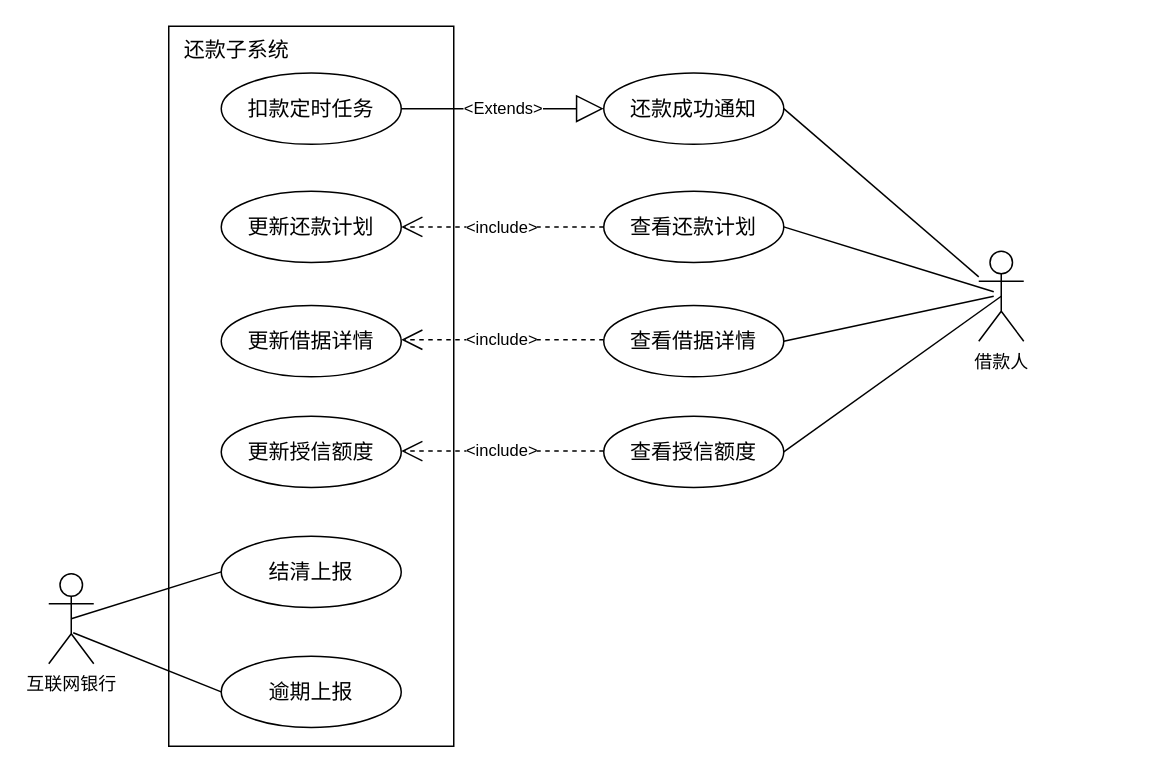
Above: 还款处理.drawio in wuxiao-web/graduationThesis (draw.io), before the change. Source tidied: cells renumbered, new cells numbered last; positions are measured from the earlier drawing's top-left corner, leaving out a move shared by most shapes. Both pictures are drawn from the tidied source at 150%, with x=0, y=0 at pixel (48, 26).
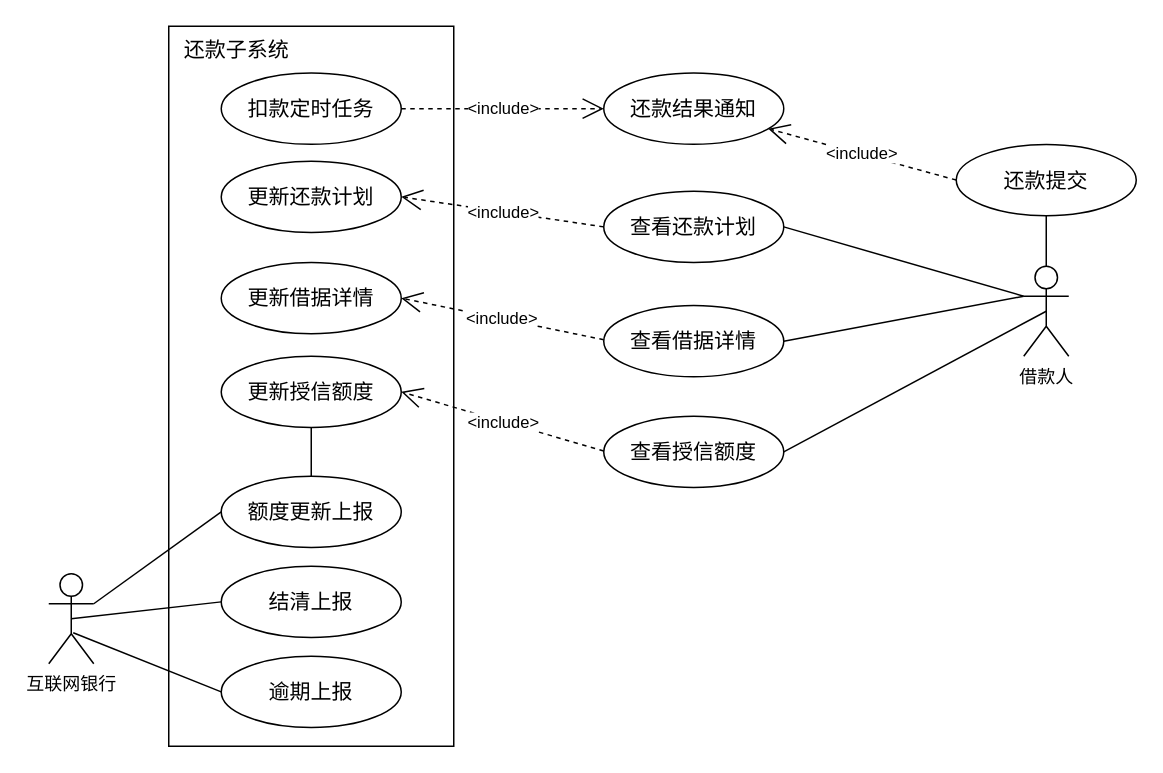
After the change.

Commit message:
更新还款处理.drawio

Unchanged cells that the change refers to:
```xml
<mxCell id="4" value="&lt;span style=&quot;font-size: 14px;&quot;&gt;扣款定时任务&lt;/span&gt;" style="ellipse;whiteSpace=wrap;html=1;" parent="1" vertex="1">
  <mxGeometry x="115" y="31.2" width="120" height="47.5" as="geometry" />
</mxCell>
<mxCell id="10" value="互联网银行" style="shape=umlActor;verticalLabelPosition=bottom;verticalAlign=top;html=1;" parent="1" vertex="1">
  <mxGeometry y="365" width="30" height="60" as="geometry" />
</mxCell>
<mxCell id="17" value="&lt;span style=&quot;font-size: 14px;&quot;&gt;查看还款计划&lt;/span&gt;" style="ellipse;whiteSpace=wrap;html=1;" parent="1" vertex="1">
  <mxGeometry x="370" y="110" width="120" height="47.5" as="geometry" />
</mxCell>
<mxCell id="18" value="&lt;span style=&quot;font-size: 14px;&quot;&gt;查看借据详情&lt;/span&gt;" style="ellipse;whiteSpace=wrap;html=1;" parent="1" vertex="1">
  <mxGeometry x="370" y="186.2" width="120" height="47.5" as="geometry" />
</mxCell>
```

Change to the diagram source:
```diff
@@
     <mxCell id="5" value="&lt;span style=&quot;font-size: 14px;&quot;&gt;更新还款计划&lt;/span&gt;" style="ellipse;whiteSpace=wrap;html=1;" parent="1" vertex="1">
-      <mxGeometry x="115" y="110" width="120" height="47.5" as="geometry" />
+      <mxGeometry x="115" y="90" width="120" height="47.5" as="geometry" />
     </mxCell>
     <mxCell id="6" value="&lt;span style=&quot;font-size: 14px;&quot;&gt;更新借据详情&lt;/span&gt;" style="ellipse;whiteSpace=wrap;html=1;" parent="1" vertex="1">
-      <mxGeometry x="115" y="186.2" width="120" height="47.5" as="geometry" />
+      <mxGeometry x="115" y="157.5" width="120" height="47.5" as="geometry" />
     </mxCell>
     <mxCell id="7" value="&lt;span style=&quot;font-size: 14px;&quot;&gt;更新授信额度&lt;/span&gt;" style="ellipse;whiteSpace=wrap;html=1;" parent="1" vertex="1">
-      <mxGeometry x="115" y="260" width="120" height="47.5" as="geometry" />
+      <mxGeometry x="115" y="220" width="120" height="47.5" as="geometry" />
     </mxCell>
     <mxCell id="8" value="&lt;span style=&quot;font-size: 14px;&quot;&gt;结清上报&lt;/span&gt;" style="ellipse;whiteSpace=wrap;html=1;" parent="1" vertex="1">
-      <mxGeometry x="115" y="340" width="120" height="47.5" as="geometry" />
+      <mxGeometry x="115" y="360" width="120" height="47.5" as="geometry" />
     </mxCell>
@@
-    <mxCell id="13" value="&lt;span style=&quot;font-size: 14px;&quot;&gt;还款成功通知&lt;/span&gt;" style="ellipse;whiteSpace=wrap;html=1;" parent="1" vertex="1">
+    <mxCell id="13" value="&lt;span style=&quot;font-size: 14px;&quot;&gt;还款结果通知&lt;/span&gt;" style="ellipse;whiteSpace=wrap;html=1;" parent="1" vertex="1">
       <mxGeometry x="370" y="31.2" width="120" height="47.5" as="geometry" />
     </mxCell>
-    <mxCell id="14" value="&amp;lt;Extends&amp;gt;" style="endArrow=block;endSize=16;endFill=0;html=1;rounded=0;exitX=1;exitY=0.5;exitDx=0;exitDy=0;entryX=0;entryY=0.5;entryDx=0;entryDy=0;" parent="1" edge="1" source="4" target="13">
-      <mxGeometry relative="1" as="geometry" />
-    </mxCell>
-    <mxCell id="15" style="rounded=0;jettySize=auto;html=1;entryX=1;entryY=0.5;entryDx=0;entryDy=0;endArrow=none;endFill=0;" parent="1" edge="1" source="16" target="13">
-      <mxGeometry relative="1" as="geometry" />
-    </mxCell>
     <mxCell id="16" value="借款人" style="shape=umlActor;verticalLabelPosition=bottom;verticalAlign=top;html=1;" parent="1" vertex="1">
-      <mxGeometry x="620" y="150" width="30" height="60" as="geometry" />
+      <mxGeometry x="650" y="160" width="30" height="60" as="geometry" />
     </mxCell>
@@
     <mxCell id="20" style="rounded=0;jettySize=auto;html=1;entryX=1;entryY=0.5;entryDx=0;entryDy=0;endArrow=none;endFill=0;" parent="1" edge="1" target="17">
       <mxGeometry relative="1" as="geometry">
-        <mxPoint x="630" y="177" as="sourcePoint" />
+        <mxPoint x="650" y="180" as="sourcePoint" />
       </mxGeometry>
     </mxCell>
-    <mxCell id="21" style="rounded=0;jettySize=auto;html=1;entryX=1;entryY=0.5;entryDx=0;entryDy=0;endArrow=none;endFill=0;" parent="1" edge="1" target="18">
-      <mxGeometry relative="1" as="geometry">
-        <mxPoint x="630" y="180" as="sourcePoint" />
-      </mxGeometry>
+    <mxCell id="21" style="rounded=0;jettySize=auto;html=1;entryX=1;entryY=0.5;entryDx=0;entryDy=0;endArrow=none;endFill=0;exitX=0;exitY=0.3333333333333333;exitDx=0;exitDy=0;exitPerimeter=0;" parent="1" edge="1" source="16" target="18">
+      <mxGeometry relative="1" as="geometry" />
     </mxCell>
@@
-    <mxCell id="24" value="&amp;lt;include&amp;gt;" style="endArrow=open;endSize=12;dashed=1;html=1;rounded=0;entryX=1;entryY=0.5;entryDx=0;entryDy=0;exitX=0;exitY=0.5;exitDx=0;exitDy=0;" parent="1" edge="1">
+    <mxCell id="24" value="&amp;lt;include&amp;gt;" style="endArrow=open;endSize=12;dashed=1;html=1;rounded=0;exitX=0;exitY=0.5;exitDx=0;exitDy=0;entryX=1;entryY=0.5;entryDx=0;entryDy=0;" parent="1" edge="1" target="6">
       <mxGeometry relative="1" as="geometry">
         <mxPoint x="370" y="209" as="sourcePoint" />
-        <mxPoint x="235" y="209" as="targetPoint" />
       </mxGeometry>
     </mxCell>
-    <mxCell id="25" value="&amp;lt;include&amp;gt;" style="endArrow=open;endSize=12;dashed=1;html=1;rounded=0;entryX=1;entryY=0.5;entryDx=0;entryDy=0;exitX=0;exitY=0.5;exitDx=0;exitDy=0;" parent="1" edge="1">
+    <mxCell id="25" value="&amp;lt;include&amp;gt;" style="endArrow=open;endSize=12;dashed=1;html=1;rounded=0;entryX=1;entryY=0.5;entryDx=0;entryDy=0;exitX=0;exitY=0.5;exitDx=0;exitDy=0;" parent="1" edge="1" target="7">
       <mxGeometry relative="1" as="geometry">
         <mxPoint x="370" y="283.2" as="sourcePoint" />
-        <mxPoint x="235" y="283.2" as="targetPoint" />
       </mxGeometry>
     </mxCell>
+    <mxCell id="26" value="&lt;span style=&quot;font-size: 14px;&quot;&gt;额度更新上报&lt;/span&gt;" style="ellipse;whiteSpace=wrap;html=1;" parent="1" vertex="1">
+      <mxGeometry x="115" y="300" width="120" height="47.5" as="geometry" />
+    </mxCell>
+    <mxCell id="27" style="endArrow=none;html=1;rounded=0;exitX=0.5;exitY=0;exitDx=0;exitDy=0;entryX=0.5;entryY=1;entryDx=0;entryDy=0;" parent="1" edge="1" source="26" target="7">
+      <mxGeometry relative="1" as="geometry" />
+    </mxCell>
+    <mxCell id="28" style="endArrow=none;html=1;rounded=0;entryX=0;entryY=0.5;entryDx=0;entryDy=0;exitX=1;exitY=0.3333333333333333;exitDx=0;exitDy=0;exitPerimeter=0;" parent="1" edge="1" source="10" target="26">
+      <mxGeometry relative="1" as="geometry" />
+    </mxCell>
+    <mxCell id="14" value="&amp;lt;include&amp;gt;" style="endArrow=open;endSize=12;dashed=1;html=1;rounded=0;entryX=0;entryY=0.5;entryDx=0;entryDy=0;exitX=1;exitY=0.5;exitDx=0;exitDy=0;" parent="1" edge="1" source="4" target="13">
+      <mxGeometry relative="1" as="geometry" />
+    </mxCell>
+    <mxCell id="29" value="&lt;span style=&quot;font-size: 14px;&quot;&gt;还款提交&lt;/span&gt;" style="ellipse;whiteSpace=wrap;html=1;" parent="1" vertex="1">
+      <mxGeometry x="605" y="78.8" width="120" height="47.5" as="geometry" />
+    </mxCell>
+    <mxCell id="30" style="rounded=0;jettySize=auto;html=1;entryX=0.5;entryY=1;entryDx=0;entryDy=0;endArrow=none;endFill=0;exitX=0.5;exitY=0;exitDx=0;exitDy=0;exitPerimeter=0;" parent="1" edge="1" source="16" target="29">
+      <mxGeometry relative="1" as="geometry" />
+    </mxCell>
+    <mxCell id="31" value="&amp;lt;include&amp;gt;" style="endArrow=open;endSize=12;dashed=1;html=1;rounded=0;exitX=0;exitY=0.5;exitDx=0;exitDy=0;" parent="1" edge="1" source="29" target="13">
+      <mxGeometry relative="1" as="geometry" />
+    </mxCell>
```
